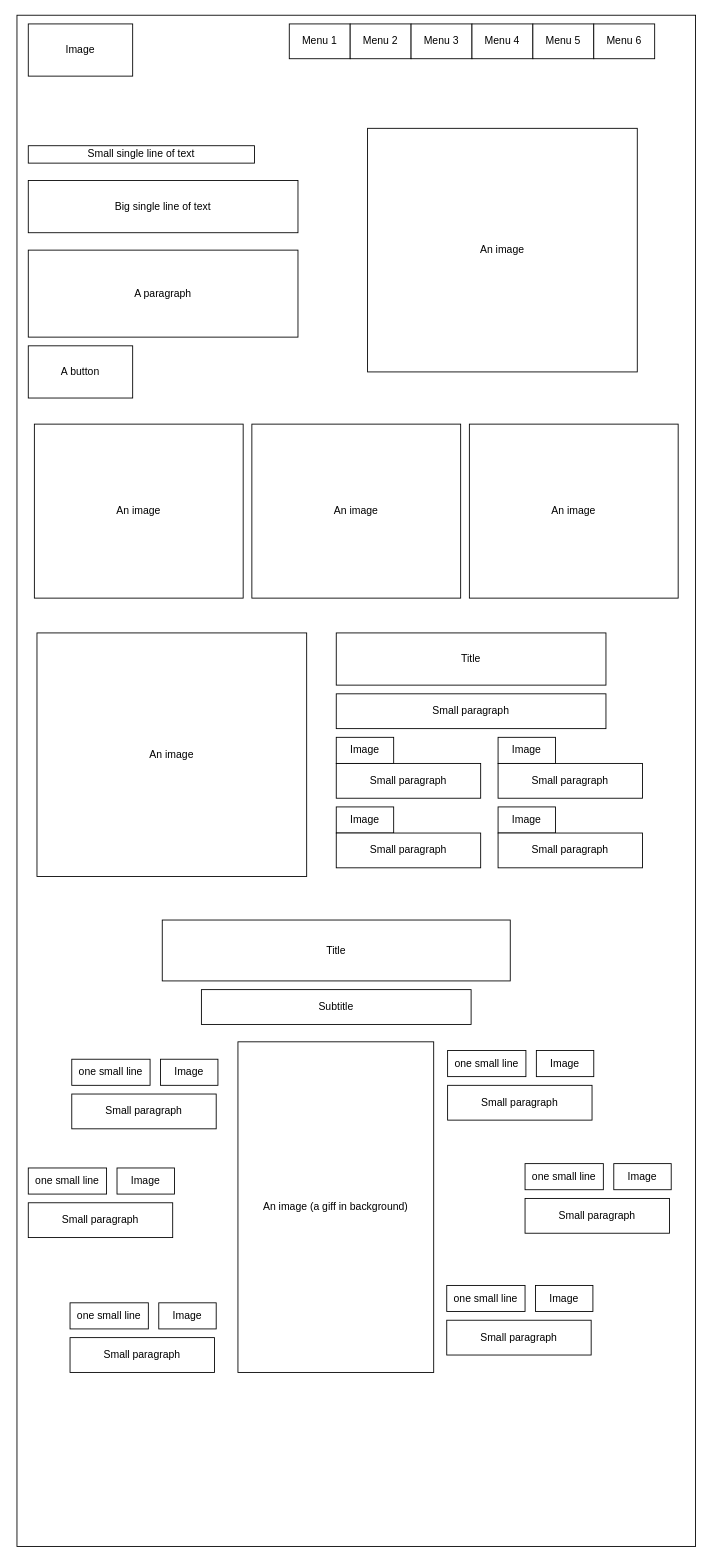
This is Diagramme sans nom.drawio from Sarah7223/internet-programming, a draw.io file, before an edit. Source tidied: cells renumbered, new cells numbered last; positions are measured from the earlier drawing's top-left corner, leaving out a move shared by most shapes. Both pictures are drawn from the tidied source at 87%, with x=0, y=0 at pixel (17, 15).
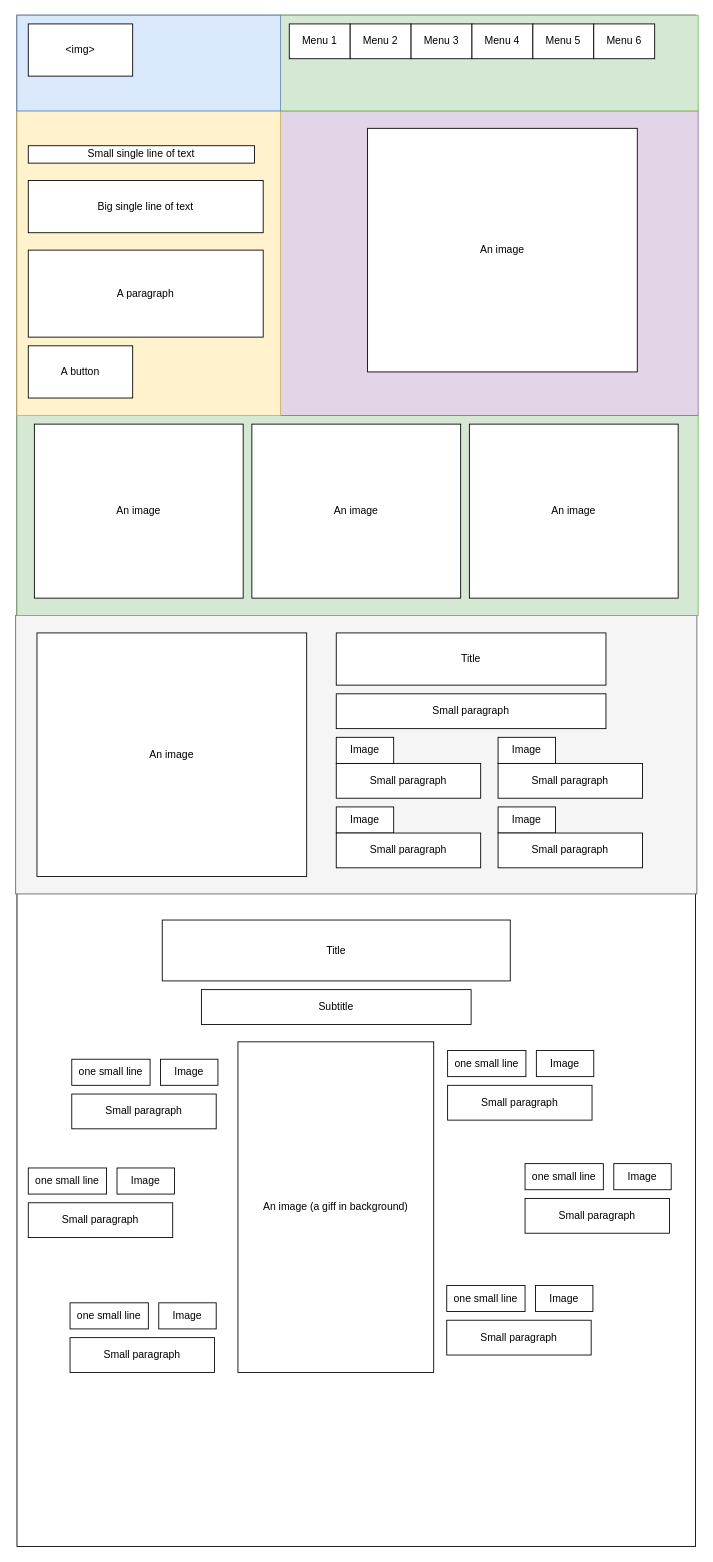
The same page after the edit.

Commit message:
Mettre à jour Diagramme sans nom.drawio

Diff of the diagram source:
```diff
@@
+    <mxCell id="50" style="rounded=0;whiteSpace=wrap;html=1;fillColor=#f5f5f5;strokeColor=#666666;fontColor=#333333;" parent="1" vertex="1">
+      <mxGeometry x="-1.5" y="690" width="783" height="320" as="geometry" />
+    </mxCell>
+    <mxCell id="51" style="rounded=0;whiteSpace=wrap;html=1;fillColor=#d5e8d4;strokeColor=#82b366;" parent="1" vertex="1">
+      <mxGeometry y="460" width="783" height="230" as="geometry" />
+    </mxCell>
+    <mxCell id="52" style="rounded=0;whiteSpace=wrap;html=1;fillColor=#e1d5e7;strokeColor=#9673a6;" parent="1" vertex="1">
+      <mxGeometry x="303" y="110" width="480" height="350" as="geometry" />
+    </mxCell>
+    <mxCell id="53" style="rounded=0;whiteSpace=wrap;html=1;fillColor=#fff2cc;strokeColor=#d6b656;" parent="1" vertex="1">
+      <mxGeometry y="110" width="303" height="350" as="geometry" />
+    </mxCell>
+    <mxCell id="54" style="rounded=0;whiteSpace=wrap;html=1;fillColor=#d5e8d4;strokeColor=#82b366;" parent="1" vertex="1">
+      <mxGeometry x="303" width="480" height="110" as="geometry" />
+    </mxCell>
+    <mxCell id="55" style="rounded=0;whiteSpace=wrap;html=1;fillColor=#dae8fc;strokeColor=#6c8ebf;" parent="1" vertex="1">
+      <mxGeometry width="303" height="110" as="geometry" />
+    </mxCell>
-    <mxCell id="3" value="Image" style="rounded=0;whiteSpace=wrap;html=1;" parent="1" vertex="1">
+    <mxCell id="3" value="&amp;lt;img&amp;gt;" style="rounded=0;whiteSpace=wrap;html=1;" parent="1" vertex="1">
       <mxGeometry x="13" y="10" width="120" height="60" as="geometry" />
     </mxCell>
@@
     <mxCell id="11" value="&lt;span style=&quot;font-style: normal; font-variant-caps: normal; font-weight: 400; letter-spacing: normal; text-align: start; text-indent: 0px; text-transform: none; word-spacing: 0px; -webkit-text-stroke-width: 0px; text-decoration: none; color: rgb(0, 0, 0);&quot; class=&quot;JsGRdQ&quot;&gt;Big&amp;nbsp;single line of text&lt;/span&gt;" style="rounded=0;whiteSpace=wrap;html=1;" parent="1" vertex="1">
-      <mxGeometry x="13" y="190" width="310" height="60" as="geometry" />
+      <mxGeometry x="13" y="190" width="270" height="60" as="geometry" />
     </mxCell>
     <mxCell id="12" value="&lt;span style=&quot;font-style: normal; font-variant-caps: normal; font-weight: 400; letter-spacing: normal; text-align: start; text-indent: 0px; text-transform: none; word-spacing: 0px; -webkit-text-stroke-width: 0px; text-decoration: none; color: rgb(0, 0, 0);&quot; class=&quot;JsGRdQ&quot;&gt;A paragraph&lt;/span&gt;" style="rounded=0;whiteSpace=wrap;html=1;" parent="1" vertex="1">
-      <mxGeometry x="13" y="270" width="310" height="100" as="geometry" />
+      <mxGeometry x="13" y="270" width="270" height="100" as="geometry" />
     </mxCell>
```
